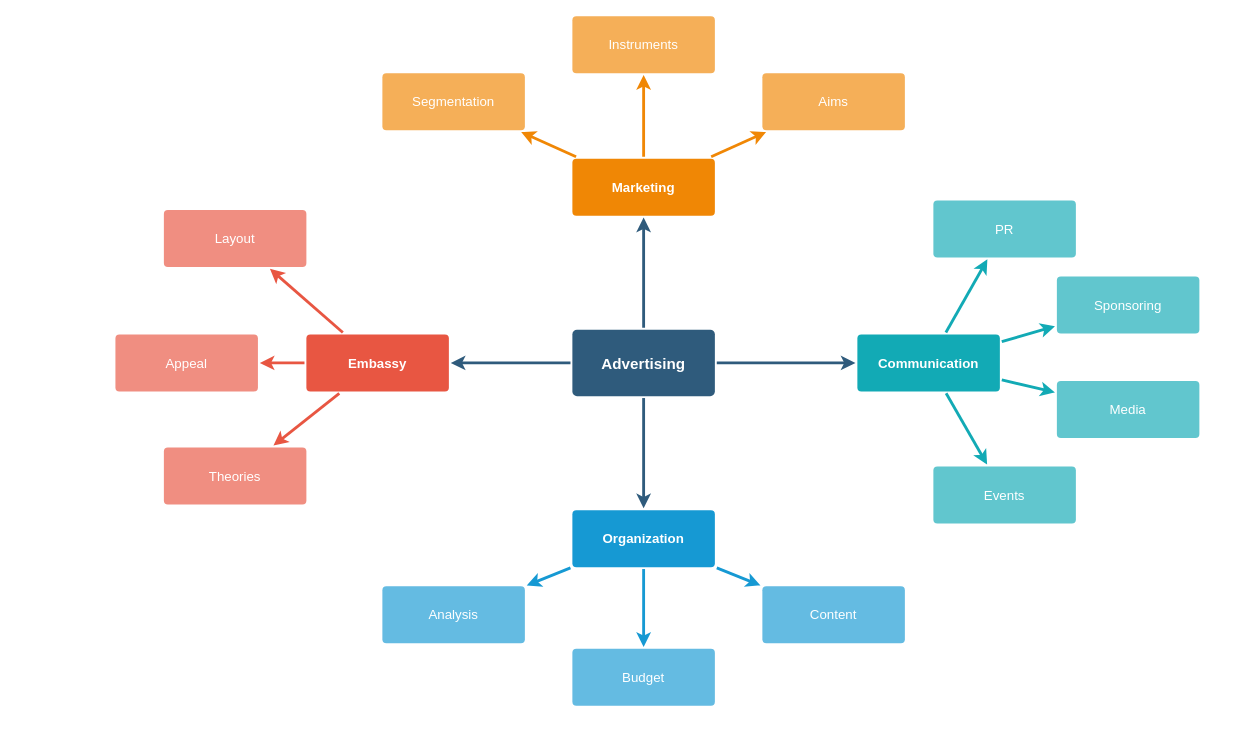
This is mindmap.drawio from jgood7/listener, a draw.io file, before an edit. Source tidied: cells renumbered, new cells numbered last; positions are measured from the earlier drawing's top-left corner, leaving out a move shared by most shapes. Both pictures are drawn from the tidied source at 95%, with x=0, y=0 at pixel (115, 15).
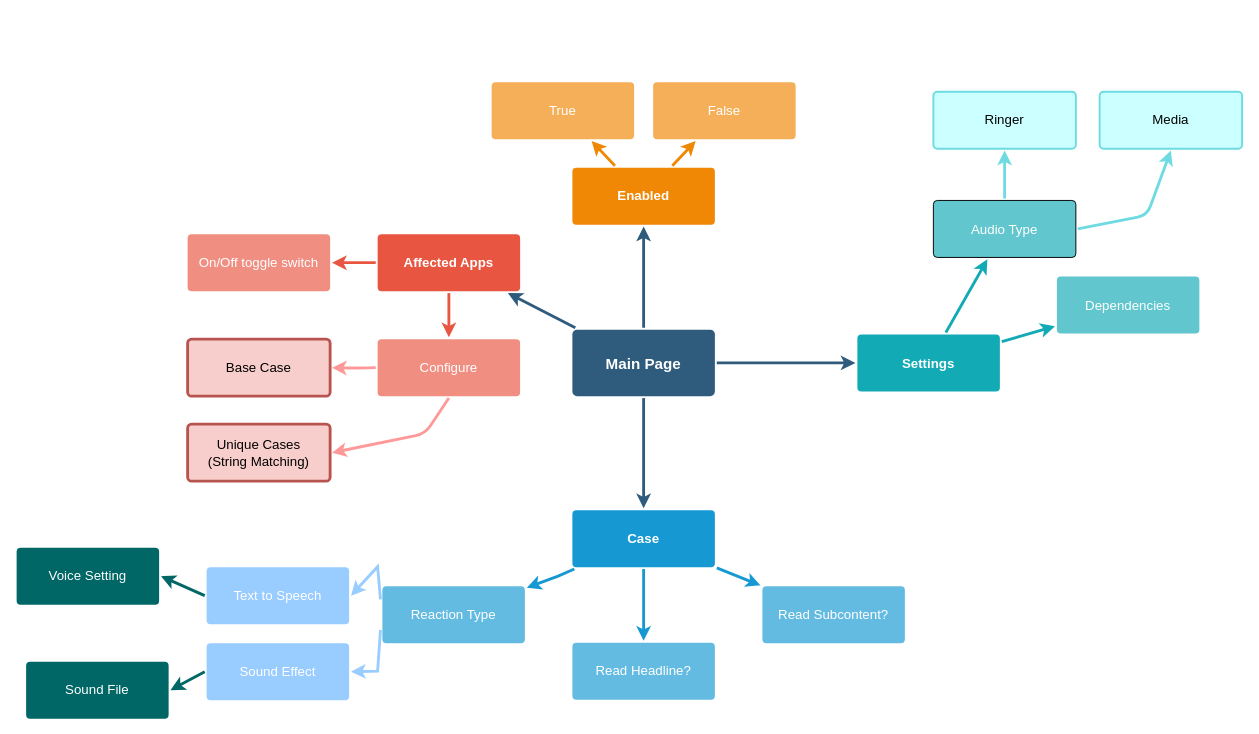
The same page after the edit.

The edit, as a diff of the source:
```diff
@@
-    <mxCell id="6" value="Advertising" style="rounded=1;whiteSpace=wrap;html=1;shadow=0;labelBackgroundColor=none;strokeColor=none;strokeWidth=3;fillColor=#2F5B7C;fontFamily=Helvetica;fontSize=16;fontColor=#FFFFFF;align=center;fontStyle=1;spacing=5;arcSize=7;perimeterSpacing=2;" parent="1" vertex="1">
+    <mxCell id="6" value="Main Page" style="rounded=1;whiteSpace=wrap;html=1;shadow=0;labelBackgroundColor=none;strokeColor=none;strokeWidth=3;fillColor=#2F5B7C;fontFamily=Helvetica;fontSize=16;fontColor=#FFFFFF;align=center;fontStyle=1;spacing=5;arcSize=7;perimeterSpacing=2;" parent="1" vertex="1">
       <mxGeometry x="481" y="330.5" width="150" height="70" as="geometry" />
     </mxCell>
-    <mxCell id="7" style="edgeStyle=none;rounded=1;jumpStyle=none;html=1;shadow=0;labelBackgroundColor=none;startArrow=none;startFill=0;jettySize=auto;strokeColor=#E85642;strokeWidth=3;fontFamily=Helvetica;fontSize=14;fontColor=#FFFFFF;spacing=5;fontStyle=1;fillColor=#b0e3e6;" parent="1" edge="1" source="10" target="13">
-      <mxGeometry relative="1" as="geometry" />
+    <mxCell id="7" style="edgeStyle=none;rounded=1;jumpStyle=none;html=1;shadow=0;labelBackgroundColor=none;startArrow=none;startFill=0;jettySize=auto;strokeColor=#E85642;strokeWidth=3;fontFamily=Helvetica;fontSize=14;fontColor=#FFFFFF;spacing=5;fontStyle=1;fillColor=#b0e3e6;entryX=1;entryY=0.5;entryDx=0;entryDy=0;" parent="1" edge="1" source="10" target="13">
+      <mxGeometry relative="1" as="geometry">
+        <Array as="points">
+          <mxPoint x="256" y="260" />
+        </Array>
+      </mxGeometry>
     </mxCell>
-    <mxCell id="8" style="edgeStyle=none;rounded=1;jumpStyle=none;html=1;shadow=0;labelBackgroundColor=none;startArrow=none;startFill=0;jettySize=auto;strokeColor=#E85642;strokeWidth=3;fontFamily=Helvetica;fontSize=14;fontColor=#FFFFFF;spacing=5;fontStyle=1;fillColor=#b0e3e6;" parent="1" edge="1" source="10" target="12">
-      <mxGeometry relative="1" as="geometry" />
-    </mxCell>
-    <mxCell id="9" style="edgeStyle=none;rounded=1;jumpStyle=none;html=1;shadow=0;labelBackgroundColor=none;startArrow=none;startFill=0;jettySize=auto;strokeColor=#E85642;strokeWidth=3;fontFamily=Helvetica;fontSize=14;fontColor=#FFFFFF;spacing=5;fontStyle=1;fillColor=#b0e3e6;" parent="1" edge="1" source="10" target="11">
-      <mxGeometry relative="1" as="geometry" />
-    </mxCell>
-    <mxCell id="10" value="Embassy" style="rounded=1;whiteSpace=wrap;html=1;shadow=0;labelBackgroundColor=none;strokeColor=none;strokeWidth=3;fillColor=#e85642;fontFamily=Helvetica;fontSize=14;fontColor=#FFFFFF;align=center;spacing=5;fontStyle=1;arcSize=7;perimeterSpacing=2;" parent="1" vertex="1">
-      <mxGeometry x="201" y="335.5" width="150" height="60" as="geometry" />
+    <mxCell id="10" value="Affected Apps" style="rounded=1;whiteSpace=wrap;html=1;shadow=0;labelBackgroundColor=none;strokeColor=none;strokeWidth=3;fillColor=#e85642;fontFamily=Helvetica;fontSize=14;fontColor=#FFFFFF;align=center;spacing=5;fontStyle=1;arcSize=7;perimeterSpacing=2;" parent="1" vertex="1">
+      <mxGeometry x="276" y="230" width="150" height="60" as="geometry" />
     </mxCell>
-    <mxCell id="11" value="Theories" style="rounded=1;whiteSpace=wrap;html=1;shadow=0;labelBackgroundColor=none;strokeColor=none;strokeWidth=3;fillColor=#f08e81;fontFamily=Helvetica;fontSize=14;fontColor=#FFFFFF;align=center;spacing=5;fontStyle=0;arcSize=7;perimeterSpacing=2;" parent="1" vertex="1">
-      <mxGeometry x="51" y="454.5" width="150" height="60" as="geometry" />
-    </mxCell>
-    <mxCell id="12" value="Appeal" style="rounded=1;whiteSpace=wrap;html=1;shadow=0;labelBackgroundColor=none;strokeColor=none;strokeWidth=3;fillColor=#f08e81;fontFamily=Helvetica;fontSize=14;fontColor=#FFFFFF;align=center;spacing=5;fontStyle=0;arcSize=7;perimeterSpacing=2;" parent="1" vertex="1">
-      <mxGeometry y="335.5" width="150" height="60" as="geometry" />
-    </mxCell>
-    <mxCell id="13" value="Layout" style="rounded=1;whiteSpace=wrap;html=1;shadow=0;labelBackgroundColor=none;strokeColor=none;strokeWidth=3;fillColor=#f08e81;fontFamily=Helvetica;fontSize=14;fontColor=#FFFFFF;align=center;spacing=5;fontStyle=0;arcSize=7;perimeterSpacing=2;" parent="1" vertex="1">
-      <mxGeometry x="51" y="204.5" width="150" height="60" as="geometry" />
+    <mxCell id="13" value="On/Off toggle switch" style="rounded=1;whiteSpace=wrap;html=1;shadow=0;labelBackgroundColor=none;strokeColor=none;strokeWidth=3;fillColor=#f08e81;fontFamily=Helvetica;fontSize=14;fontColor=#FFFFFF;align=center;spacing=5;fontStyle=0;arcSize=7;perimeterSpacing=2;" parent="1" vertex="1">
+      <mxGeometry x="76" y="230" width="150" height="60" as="geometry" />
     </mxCell>
     <mxCell id="14" style="edgeStyle=none;rounded=0;jumpStyle=none;html=1;shadow=0;labelBackgroundColor=none;startArrow=none;startFill=0;endArrow=classic;endFill=1;jettySize=auto;strokeColor=#1699D3;strokeWidth=3;fontFamily=Helvetica;fontSize=14;fontColor=#FFFFFF;spacing=5;" parent="1" edge="1" source="17" target="20">
-      <mxGeometry relative="1" as="geometry" />
+      <mxGeometry relative="1" as="geometry">
+        <Array as="points">
+          <mxPoint x="466" y="590" />
+        </Array>
+      </mxGeometry>
     </mxCell>
-    <mxCell id="15" style="edgeStyle=none;rounded=0;jumpStyle=none;html=1;shadow=0;labelBackgroundColor=none;startArrow=none;startFill=0;endArrow=classic;endFill=1;jettySize=auto;strokeColor=#1699D3;strokeWidth=3;fontFamily=Helvetica;fontSize=14;fontColor=#FFFFFF;spacing=5;" parent="1" edge="1" source="17" target="19">
+    <mxCell id="15" style="edgeStyle=none;rounded=0;jumpStyle=none;html=1;shadow=0;labelBackgroundColor=none;startArrow=none;startFill=0;endArrow=classic;endFill=1;jettySize=auto;strokeColor=#1699D3;strokeWidth=3;fontFamily=Helvetica;fontSize=14;fontColor=#FFFFFF;spacing=5;entryX=0.5;entryY=0;entryDx=0;entryDy=0;" parent="1" edge="1" source="17" target="54">
       <mxGeometry relative="1" as="geometry" />
     </mxCell>
@@
-    <mxCell id="17" value="Organization" style="rounded=1;whiteSpace=wrap;html=1;shadow=0;labelBackgroundColor=none;strokeColor=none;strokeWidth=3;fillColor=#1699d3;fontFamily=Helvetica;fontSize=14;fontColor=#FFFFFF;align=center;spacing=5;fontStyle=1;arcSize=7;perimeterSpacing=2;" parent="1" vertex="1">
+    <mxCell id="17" value="Case" style="rounded=1;whiteSpace=wrap;html=1;shadow=0;labelBackgroundColor=none;strokeColor=none;strokeWidth=3;fillColor=#1699d3;fontFamily=Helvetica;fontSize=14;fontColor=#FFFFFF;align=center;spacing=5;fontStyle=1;arcSize=7;perimeterSpacing=2;" parent="1" vertex="1">
       <mxGeometry x="481" y="520.5" width="150" height="60" as="geometry" />
     </mxCell>
-    <mxCell id="18" value="Content" style="rounded=1;whiteSpace=wrap;html=1;shadow=0;labelBackgroundColor=none;strokeColor=none;strokeWidth=3;fillColor=#64bbe2;fontFamily=Helvetica;fontSize=14;fontColor=#FFFFFF;align=center;spacing=5;arcSize=7;perimeterSpacing=2;" parent="1" vertex="1">
+    <mxCell id="18" value="Read Subcontent?" style="rounded=1;whiteSpace=wrap;html=1;shadow=0;labelBackgroundColor=none;strokeColor=none;strokeWidth=3;fillColor=#64bbe2;fontFamily=Helvetica;fontSize=14;fontColor=#FFFFFF;align=center;spacing=5;arcSize=7;perimeterSpacing=2;" parent="1" vertex="1">
       <mxGeometry x="681" y="600.5" width="150" height="60" as="geometry" />
     </mxCell>
-    <mxCell id="19" value="Budget" style="rounded=1;whiteSpace=wrap;html=1;shadow=0;labelBackgroundColor=none;strokeColor=none;strokeWidth=3;fillColor=#64bbe2;fontFamily=Helvetica;fontSize=14;fontColor=#FFFFFF;align=center;spacing=5;arcSize=7;perimeterSpacing=2;" parent="1" vertex="1">
-      <mxGeometry x="481" y="666.5" width="150" height="60" as="geometry" />
-    </mxCell>
-    <mxCell id="20" value="Analysis" style="rounded=1;whiteSpace=wrap;html=1;shadow=0;labelBackgroundColor=none;strokeColor=none;strokeWidth=3;fillColor=#64bbe2;fontFamily=Helvetica;fontSize=14;fontColor=#FFFFFF;align=center;spacing=5;arcSize=7;perimeterSpacing=2;" parent="1" vertex="1">
+    <mxCell id="20" value="Reaction Type" style="rounded=1;whiteSpace=wrap;html=1;shadow=0;labelBackgroundColor=none;strokeColor=none;strokeWidth=3;fillColor=#64bbe2;fontFamily=Helvetica;fontSize=14;fontColor=#FFFFFF;align=center;spacing=5;arcSize=7;perimeterSpacing=2;" parent="1" vertex="1">
       <mxGeometry x="281" y="600.5" width="150" height="60" as="geometry" />
     </mxCell>
-    <mxCell id="21" value="Marketing" style="rounded=1;whiteSpace=wrap;html=1;shadow=0;labelBackgroundColor=none;strokeColor=none;strokeWidth=3;fillColor=#F08705;fontFamily=Helvetica;fontSize=14;fontColor=#FFFFFF;align=center;spacing=5;fontStyle=1;arcSize=7;perimeterSpacing=2;" parent="1" vertex="1">
-      <mxGeometry x="481" y="150.5" width="150" height="60" as="geometry" />
+    <mxCell id="21" value="Enabled" style="rounded=1;whiteSpace=wrap;html=1;shadow=0;labelBackgroundColor=none;strokeColor=none;strokeWidth=3;fillColor=#F08705;fontFamily=Helvetica;fontSize=14;fontColor=#FFFFFF;align=center;spacing=5;fontStyle=1;arcSize=7;perimeterSpacing=2;" parent="1" vertex="1">
+      <mxGeometry x="481" y="160" width="150" height="60" as="geometry" />
     </mxCell>
-    <mxCell id="22" value="Aims&lt;br&gt;" style="rounded=1;whiteSpace=wrap;html=1;shadow=0;labelBackgroundColor=none;strokeColor=none;strokeWidth=3;fillColor=#f5af58;fontFamily=Helvetica;fontSize=14;fontColor=#FFFFFF;align=center;spacing=5;arcSize=7;perimeterSpacing=2;" parent="1" vertex="1">
-      <mxGeometry x="681" y="60.5" width="150" height="60" as="geometry" />
+    <mxCell id="22" value="False" style="rounded=1;whiteSpace=wrap;html=1;shadow=0;labelBackgroundColor=none;strokeColor=none;strokeWidth=3;fillColor=#f5af58;fontFamily=Helvetica;fontSize=14;fontColor=#FFFFFF;align=center;spacing=5;arcSize=7;perimeterSpacing=2;" parent="1" vertex="1">
+      <mxGeometry x="566" y="70" width="150" height="60" as="geometry" />
     </mxCell>
@@
-    <mxCell id="24" value="Instruments" style="rounded=1;whiteSpace=wrap;html=1;shadow=0;labelBackgroundColor=none;strokeColor=none;strokeWidth=3;fillColor=#f5af58;fontFamily=Helvetica;fontSize=14;fontColor=#FFFFFF;align=center;spacing=5;arcSize=7;perimeterSpacing=2;" parent="1" vertex="1">
-      <mxGeometry x="481" y="0.5" width="150" height="60" as="geometry" />
-    </mxCell>
-    <mxCell id="25" style="edgeStyle=none;rounded=0;jumpStyle=none;html=1;shadow=0;labelBackgroundColor=none;startArrow=none;startFill=0;endArrow=classic;endFill=1;jettySize=auto;strokeColor=#F08705;strokeWidth=3;fontFamily=Helvetica;fontSize=14;fontColor=#FFFFFF;spacing=5;" parent="1" edge="1" source="21" target="24">
-      <mxGeometry relative="1" as="geometry" />
-    </mxCell>
-    <mxCell id="26" value="Segmentation" style="rounded=1;whiteSpace=wrap;html=1;shadow=0;labelBackgroundColor=none;strokeColor=none;strokeWidth=3;fillColor=#f5af58;fontFamily=Helvetica;fontSize=14;fontColor=#FFFFFF;align=center;spacing=5;arcSize=7;perimeterSpacing=2;" parent="1" vertex="1">
-      <mxGeometry x="281" y="60.5" width="150" height="60" as="geometry" />
+    <mxCell id="26" value="True" style="rounded=1;whiteSpace=wrap;html=1;shadow=0;labelBackgroundColor=none;strokeColor=none;strokeWidth=3;fillColor=#f5af58;fontFamily=Helvetica;fontSize=14;fontColor=#FFFFFF;align=center;spacing=5;arcSize=7;perimeterSpacing=2;" parent="1" vertex="1">
+      <mxGeometry x="396" y="70" width="150" height="60" as="geometry" />
     </mxCell>
@@
-    <mxCell id="28" value="Communication" style="rounded=1;whiteSpace=wrap;html=1;shadow=0;labelBackgroundColor=none;strokeColor=none;strokeWidth=3;fillColor=#12aab5;fontFamily=Helvetica;fontSize=14;fontColor=#FFFFFF;align=center;spacing=5;fontStyle=1;arcSize=7;perimeterSpacing=2;" parent="1" vertex="1">
+    <mxCell id="28" value="Settings" style="rounded=1;whiteSpace=wrap;html=1;shadow=0;labelBackgroundColor=none;strokeColor=none;strokeWidth=3;fillColor=#12aab5;fontFamily=Helvetica;fontSize=14;fontColor=#FFFFFF;align=center;spacing=5;fontStyle=1;arcSize=7;perimeterSpacing=2;" parent="1" vertex="1">
       <mxGeometry x="781" y="335.5" width="150" height="60" as="geometry" />
     </mxCell>
-    <mxCell id="29" value="Events" style="rounded=1;whiteSpace=wrap;html=1;shadow=0;labelBackgroundColor=none;strokeColor=none;strokeWidth=3;fillColor=#61c6ce;fontFamily=Helvetica;fontSize=14;fontColor=#FFFFFF;align=center;spacing=5;fontStyle=0;arcSize=7;perimeterSpacing=2;" parent="1" vertex="1">
-      <mxGeometry x="861" y="474.5" width="150" height="60" as="geometry" />
-    </mxCell>
-    <mxCell id="30" style="edgeStyle=none;rounded=1;jumpStyle=none;html=1;shadow=0;labelBackgroundColor=none;startArrow=none;startFill=0;jettySize=auto;strokeColor=#12AAB5;strokeWidth=3;fontFamily=Helvetica;fontSize=14;fontColor=#FFFFFF;spacing=5;fontStyle=1;fillColor=#b0e3e6;" parent="1" edge="1" source="28" target="29">
-      <mxGeometry relative="1" as="geometry" />
-    </mxCell>
-    <mxCell id="31" value="Media" style="rounded=1;whiteSpace=wrap;html=1;shadow=0;labelBackgroundColor=none;strokeColor=none;strokeWidth=3;fillColor=#61c6ce;fontFamily=Helvetica;fontSize=14;fontColor=#FFFFFF;align=center;spacing=5;fontStyle=0;arcSize=7;perimeterSpacing=2;" parent="1" vertex="1">
-      <mxGeometry x="991" y="384.5" width="150" height="60" as="geometry" />
-    </mxCell>
-    <mxCell id="32" style="edgeStyle=none;rounded=1;jumpStyle=none;html=1;shadow=0;labelBackgroundColor=none;startArrow=none;startFill=0;jettySize=auto;strokeColor=#12AAB5;strokeWidth=3;fontFamily=Helvetica;fontSize=14;fontColor=#FFFFFF;spacing=5;fontStyle=1;fillColor=#b0e3e6;" parent="1" edge="1" source="28" target="31">
-      <mxGeometry relative="1" as="geometry" />
-    </mxCell>
-    <mxCell id="33" value="Sponsoring" style="rounded=1;whiteSpace=wrap;html=1;shadow=0;labelBackgroundColor=none;strokeColor=none;strokeWidth=3;fillColor=#61c6ce;fontFamily=Helvetica;fontSize=14;fontColor=#FFFFFF;align=center;spacing=5;fontStyle=0;arcSize=7;perimeterSpacing=2;" parent="1" vertex="1">
+    <mxCell id="33" value="Dependencies" style="rounded=1;whiteSpace=wrap;html=1;shadow=0;labelBackgroundColor=none;strokeColor=none;strokeWidth=3;fillColor=#61c6ce;fontFamily=Helvetica;fontSize=14;fontColor=#FFFFFF;align=center;spacing=5;fontStyle=0;arcSize=7;perimeterSpacing=2;" parent="1" vertex="1">
       <mxGeometry x="991" y="274.5" width="150" height="60" as="geometry" />
     </mxCell>
@@
-    <mxCell id="35" value="PR" style="rounded=1;whiteSpace=wrap;html=1;shadow=0;labelBackgroundColor=none;strokeColor=none;strokeWidth=3;fillColor=#61c6ce;fontFamily=Helvetica;fontSize=14;fontColor=#FFFFFF;align=center;spacing=5;fontStyle=0;arcSize=7;perimeterSpacing=2;" parent="1" vertex="1">
+    <mxCell id="35" value="Audio Type" style="rounded=1;whiteSpace=wrap;html=1;shadow=0;labelBackgroundColor=none;strokeColor=default;strokeWidth=1;fillColor=#61c6ce;fontFamily=Helvetica;fontSize=14;fontColor=#FFFFFF;align=center;spacing=5;fontStyle=0;arcSize=7;perimeterSpacing=2;" parent="1" vertex="1">
       <mxGeometry x="861" y="194.5" width="150" height="60" as="geometry" />
     </mxCell>
@@
+    <mxCell id="37" style="edgeStyle=none;rounded=1;jumpStyle=none;html=1;shadow=0;labelBackgroundColor=none;startArrow=none;startFill=0;jettySize=auto;strokeColor=#E85642;strokeWidth=3;fontFamily=Helvetica;fontSize=14;fontColor=#FFFFFF;spacing=5;fontStyle=1;fillColor=#b0e3e6;exitX=0.5;exitY=1;exitDx=0;exitDy=0;entryX=0.5;entryY=0;entryDx=0;entryDy=0;" parent="1" edge="1" source="10" target="38">
+      <mxGeometry relative="1" as="geometry" />
+    </mxCell>
+    <mxCell id="38" value="Configure" style="rounded=1;whiteSpace=wrap;html=1;shadow=0;labelBackgroundColor=none;strokeColor=none;strokeWidth=3;fillColor=#f08e81;fontFamily=Helvetica;fontSize=14;fontColor=#FFFFFF;align=center;spacing=5;fontStyle=0;arcSize=7;perimeterSpacing=2;" parent="1" vertex="1">
+      <mxGeometry x="276" y="340.5" width="150" height="60" as="geometry" />
+    </mxCell>
+    <mxCell id="39" value="Base Case" style="rounded=1;whiteSpace=wrap;html=1;shadow=0;labelBackgroundColor=none;strokeColor=#b85450;strokeWidth=3;fillColor=#f8cecc;fontFamily=Helvetica;fontSize=14;align=center;spacing=5;fontStyle=0;arcSize=7;perimeterSpacing=2;" parent="1" vertex="1">
+      <mxGeometry x="76" y="340.5" width="150" height="60" as="geometry" />
+    </mxCell>
+    <mxCell id="40" style="edgeStyle=none;rounded=1;jumpStyle=none;html=1;shadow=0;labelBackgroundColor=none;startArrow=none;startFill=0;jettySize=auto;strokeColor=#FF9999;strokeWidth=3;fontFamily=Helvetica;fontSize=14;fontColor=#FFFFFF;spacing=5;fontStyle=1;fillColor=#b0e3e6;entryX=1;entryY=0.5;entryDx=0;entryDy=0;exitX=0;exitY=0.5;exitDx=0;exitDy=0;" parent="1" edge="1" source="38" target="39">
+      <mxGeometry relative="1" as="geometry">
+        <Array as="points">
+          <mxPoint x="256" y="371" />
+        </Array>
+      </mxGeometry>
+    </mxCell>
+    <mxCell id="41" value="Unique Cases&lt;div&gt;(String Matching)&lt;/div&gt;" style="rounded=1;whiteSpace=wrap;html=1;shadow=0;labelBackgroundColor=none;strokeColor=#b85450;strokeWidth=3;fillColor=#f8cecc;fontFamily=Helvetica;fontSize=14;align=center;spacing=5;fontStyle=0;arcSize=7;perimeterSpacing=2;" parent="1" vertex="1">
+      <mxGeometry x="76" y="430" width="150" height="60" as="geometry" />
+    </mxCell>
+    <mxCell id="42" style="edgeStyle=none;rounded=1;jumpStyle=none;html=1;shadow=0;labelBackgroundColor=none;startArrow=none;startFill=0;jettySize=auto;strokeColor=#FF9999;strokeWidth=3;fontFamily=Helvetica;fontSize=14;fontColor=#FFFFFF;spacing=5;fontStyle=1;fillColor=#b0e3e6;entryX=1;entryY=0.5;entryDx=0;entryDy=0;exitX=0.5;exitY=1;exitDx=0;exitDy=0;" parent="1" edge="1" source="38" target="41">
+      <mxGeometry relative="1" as="geometry">
+        <Array as="points">
+          <mxPoint x="326" y="440" />
+        </Array>
+      </mxGeometry>
+    </mxCell>
+    <mxCell id="43" value="Text to Speech" style="rounded=1;whiteSpace=wrap;html=1;shadow=0;labelBackgroundColor=none;strokeColor=none;strokeWidth=3;fillColor=#99CCFF;fontFamily=Helvetica;fontSize=14;fontColor=#FFFFFF;align=center;spacing=5;arcSize=7;perimeterSpacing=2;" parent="1" vertex="1">
+      <mxGeometry x="96" y="580.5" width="150" height="60" as="geometry" />
+    </mxCell>
+    <mxCell id="44" value="Sound Effect" style="rounded=1;whiteSpace=wrap;html=1;shadow=0;labelBackgroundColor=none;strokeColor=none;strokeWidth=3;fillColor=#99CCFF;fontFamily=Helvetica;fontSize=14;fontColor=#FFFFFF;align=center;spacing=5;arcSize=7;perimeterSpacing=2;" parent="1" vertex="1">
+      <mxGeometry x="96" y="660.5" width="150" height="60" as="geometry" />
+    </mxCell>
+    <mxCell id="45" style="edgeStyle=none;rounded=0;jumpStyle=none;html=1;shadow=0;labelBackgroundColor=none;startArrow=none;startFill=0;endArrow=classic;endFill=1;jettySize=auto;strokeColor=#99CCFF;strokeWidth=3;fontFamily=Helvetica;fontSize=14;fontColor=#FFFFFF;spacing=5;entryX=1;entryY=0.5;entryDx=0;entryDy=0;exitX=0;exitY=0.25;exitDx=0;exitDy=0;" parent="1" edge="1" source="20" target="43">
+      <mxGeometry relative="1" as="geometry">
+        <Array as="points">
+          <mxPoint x="276" y="580" />
+        </Array>
+      </mxGeometry>
+    </mxCell>
+    <mxCell id="46" style="edgeStyle=none;rounded=0;jumpStyle=none;html=1;shadow=0;labelBackgroundColor=none;startArrow=none;startFill=0;endArrow=classic;endFill=1;jettySize=auto;strokeColor=#99CCFF;strokeWidth=3;fontFamily=Helvetica;fontSize=14;fontColor=#FFFFFF;spacing=5;entryX=1;entryY=0.5;entryDx=0;entryDy=0;exitX=0;exitY=0.75;exitDx=0;exitDy=0;" parent="1" edge="1" source="20" target="44">
+      <mxGeometry relative="1" as="geometry">
+        <Array as="points">
+          <mxPoint x="276" y="690" />
+        </Array>
+      </mxGeometry>
+    </mxCell>
+    <mxCell id="47" value="&lt;font style=&quot;color: rgb(0, 0, 0);&quot;&gt;Ringer&lt;/font&gt;" style="rounded=1;whiteSpace=wrap;html=1;shadow=0;labelBackgroundColor=none;strokeColor=light-dark(#6edbe2, #0e919b);strokeWidth=2;fillColor=#CCFFFF;fontFamily=Helvetica;fontSize=14;fontColor=#FFFFFF;align=center;spacing=5;fontStyle=0;arcSize=7;perimeterSpacing=2;glass=0;" parent="1" vertex="1">
+      <mxGeometry x="861" y="80" width="150" height="60" as="geometry" />
+    </mxCell>
+    <mxCell id="48" style="edgeStyle=none;rounded=1;jumpStyle=none;html=1;shadow=0;labelBackgroundColor=none;startArrow=none;startFill=0;jettySize=auto;strokeColor=light-dark(#6edbe2, #0e919b);strokeWidth=3;fontFamily=Helvetica;fontSize=14;fontColor=#FFFFFF;spacing=5;fontStyle=1;fillColor=#b0e3e6;entryX=0.5;entryY=1;entryDx=0;entryDy=0;exitX=0.5;exitY=0;exitDx=0;exitDy=0;" parent="1" edge="1" source="35" target="47">
+      <mxGeometry relative="1" as="geometry" />
+    </mxCell>
+    <mxCell id="31" value="&lt;font style=&quot;color: rgb(0, 0, 0);&quot;&gt;Media&lt;/font&gt;" style="rounded=1;whiteSpace=wrap;html=1;shadow=0;labelBackgroundColor=none;strokeColor=light-dark(#6edbe2, #0e919b);strokeWidth=2;fillColor=#CCFFFF;fontFamily=Helvetica;fontSize=14;fontColor=#FFFFFF;align=center;spacing=5;fontStyle=0;arcSize=7;perimeterSpacing=2;glass=0;" parent="1" vertex="1">
+      <mxGeometry x="1036" y="80" width="150" height="60" as="geometry" />
+    </mxCell>
+    <mxCell id="49" style="edgeStyle=none;rounded=1;jumpStyle=none;html=1;shadow=0;labelBackgroundColor=none;startArrow=none;startFill=0;jettySize=auto;strokeColor=light-dark(#6edbe2, #0e919b);strokeWidth=3;fontFamily=Helvetica;fontSize=14;fontColor=#FFFFFF;spacing=5;fontStyle=1;fillColor=#b0e3e6;entryX=0.5;entryY=1;entryDx=0;entryDy=0;exitX=1;exitY=0.5;exitDx=0;exitDy=0;" parent="1" edge="1" source="35" target="31">
+      <mxGeometry relative="1" as="geometry">
+        <Array as="points">
+          <mxPoint x="1086" y="210" />
+        </Array>
+      </mxGeometry>
+    </mxCell>
+    <mxCell id="50" value="Sound File" style="rounded=1;whiteSpace=wrap;html=1;shadow=0;labelBackgroundColor=none;strokeColor=none;strokeWidth=3;fillColor=#006666;fontFamily=Helvetica;fontSize=14;fontColor=#FFFFFF;align=center;spacing=5;arcSize=7;perimeterSpacing=2;" parent="1" vertex="1">
+      <mxGeometry x="-94" y="680" width="150" height="60" as="geometry" />
+    </mxCell>
+    <mxCell id="51" value="Voice Setting" style="rounded=1;whiteSpace=wrap;html=1;shadow=0;labelBackgroundColor=none;strokeColor=none;strokeWidth=3;fillColor=#006666;fontFamily=Helvetica;fontSize=14;fontColor=#FFFFFF;align=center;spacing=5;arcSize=7;perimeterSpacing=2;" parent="1" vertex="1">
+      <mxGeometry x="-104" y="560" width="150" height="60" as="geometry" />
+    </mxCell>
+    <mxCell id="52" style="edgeStyle=none;rounded=0;jumpStyle=none;html=1;shadow=0;labelBackgroundColor=none;startArrow=none;startFill=0;endArrow=classic;endFill=1;jettySize=auto;strokeColor=#006666;strokeWidth=3;fontFamily=Helvetica;fontSize=14;fontColor=#FFFFFF;spacing=5;entryX=1;entryY=0.5;entryDx=0;entryDy=0;exitX=0;exitY=0.5;exitDx=0;exitDy=0;" parent="1" edge="1" source="43" target="51">
+      <mxGeometry relative="1" as="geometry" />
+    </mxCell>
+    <mxCell id="53" style="edgeStyle=none;rounded=0;jumpStyle=none;html=1;shadow=0;labelBackgroundColor=none;startArrow=none;startFill=0;endArrow=classic;endFill=1;jettySize=auto;strokeColor=#006666;strokeWidth=3;fontFamily=Helvetica;fontSize=14;fontColor=#FFFFFF;spacing=5;entryX=1;entryY=0.5;entryDx=0;entryDy=0;exitX=0;exitY=0.5;exitDx=0;exitDy=0;" parent="1" edge="1" source="44" target="50">
+      <mxGeometry relative="1" as="geometry" />
+    </mxCell>
+    <mxCell id="54" value="Read Headline?" style="rounded=1;whiteSpace=wrap;html=1;shadow=0;labelBackgroundColor=none;strokeColor=none;strokeWidth=3;fillColor=#64bbe2;fontFamily=Helvetica;fontSize=14;fontColor=#FFFFFF;align=center;spacing=5;arcSize=7;perimeterSpacing=2;" parent="1" vertex="1">
+      <mxGeometry x="481" y="660" width="150" height="60" as="geometry" />
+    </mxCell>
```
